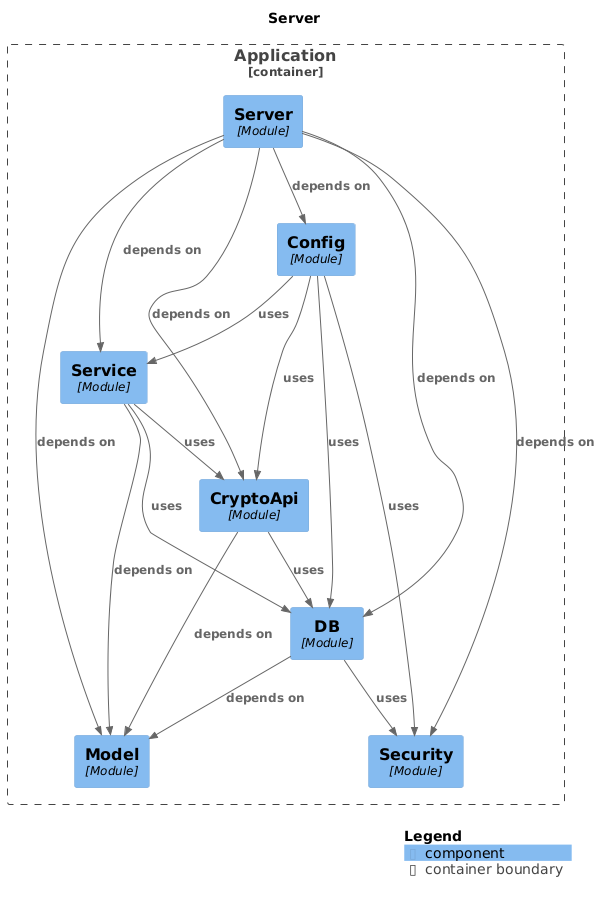
Above: docs/images/diagrams/server_diagram.png in pmlobanov/JavaSpring_CryptoCurrency-Bot (PlantUML), before the change.
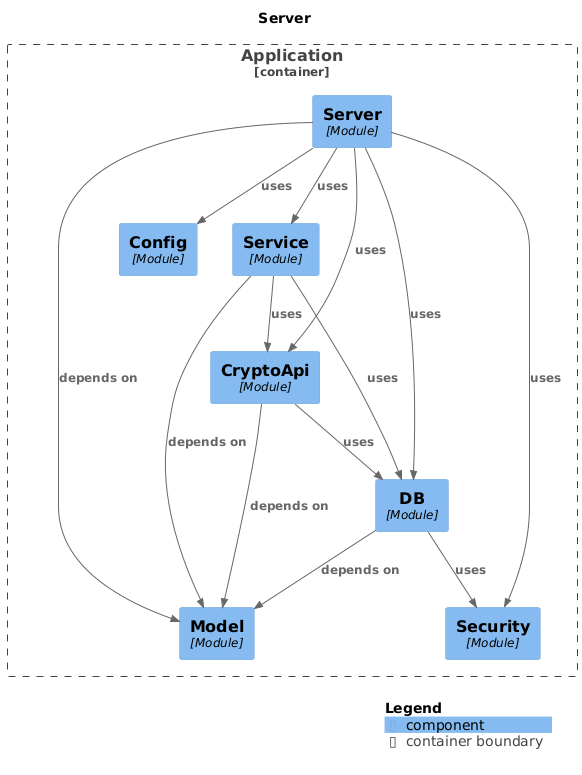
After the commit.

Diff of the diagram source:
```diff
@@ -9,32 +9,28 @@
 !include <C4/C4_Component>
 
 Container_Boundary("Application.Application_boundary", "Application", $tags="") {
-  Component(Application.Application.Service, "Service", $techn="Module", $descr="", $tags="", $link="")
   Component(Application.Application.DB, "DB", $techn="Module", $descr="", $tags="", $link="")
   Component(Application.Application.Config, "Config", $techn="Module", $descr="", $tags="", $link="")
   Component(Application.Application.CryptoApi, "CryptoApi", $techn="Module", $descr="", $tags="", $link="")
   Component(Application.Application.Model, "Model", $techn="Module", $descr="", $tags="", $link="")
   Component(Application.Application.Security, "Security", $techn="Module", $descr="", $tags="", $link="")
   Component(Application.Application.Server, "Server", $techn="Module", $descr="", $tags="", $link="")
+  Component(Application.Application.Service, "Service", $techn="Module", $descr="", $tags="", $link="")
 }
 
+Rel(Application.Application.DB, Application.Application.Model, "depends on", $techn="", $tags="", $link="")
+Rel(Application.Application.DB, Application.Application.Security, "uses", $techn="", $tags="", $link="")
+Rel(Application.Application.Service, Application.Application.Model, "depends on", $techn="", $tags="", $link="")
+Rel(Application.Application.Service, Application.Application.CryptoApi, "uses", $techn="", $tags="", $link="")
+Rel(Application.Application.Service, Application.Application.DB, "uses", $techn="", $tags="", $link="")
 Rel(Application.Application.CryptoApi, Application.Application.Model, "depends on", $techn="", $tags="", $link="")
 Rel(Application.Application.CryptoApi, Application.Application.DB, "uses", $techn="", $tags="", $link="")
-Rel(Application.Application.Service, Application.Application.Model, "depends on", $techn="", $tags="", $link="")
-Rel(Application.Application.Service, Application.Application.DB, "uses", $techn="", $tags="", $link="")
-Rel(Application.Application.Service, Application.Application.CryptoApi, "uses", $techn="", $tags="", $link="")
-Rel(Application.Application.DB, Application.Application.Model, "depends on", $techn="", $tags="", $link="")
-Rel(Application.Application.DB, Application.Application.Security, "uses", $techn="", $tags="", $link="")
-Rel(Application.Application.Server, Application.Application.Config, "depends on", $techn="", $tags="", $link="")
-Rel(Application.Application.Server, Application.Application.DB, "depends on", $techn="", $tags="", $link="")
-Rel(Application.Application.Server, Application.Application.Service, "depends on", $techn="", $tags="", $link="")
-Rel(Application.Application.Server, Application.Application.Security, "depends on", $techn="", $tags="", $link="")
-Rel(Application.Application.Server, Application.Application.CryptoApi, "depends on", $techn="", $tags="", $link="")
 Rel(Application.Application.Server, Application.Application.Model, "depends on", $techn="", $tags="", $link="")
-Rel(Application.Application.Config, Application.Application.Service, "uses", $techn="", $tags="", $link="")
-Rel(Application.Application.Config, Application.Application.Security, "uses", $techn="", $tags="", $link="")
-Rel(Application.Application.Config, Application.Application.DB, "uses", $techn="", $tags="", $link="")
-Rel(Application.Application.Config, Application.Application.CryptoApi, "uses", $techn="", $tags="", $link="")
+Rel(Application.Application.Server, Application.Application.CryptoApi, "uses", $techn="", $tags="", $link="")
+Rel(Application.Application.Server, Application.Application.DB, "uses", $techn="", $tags="", $link="")
+Rel(Application.Application.Server, Application.Application.Config, "uses", $techn="", $tags="", $link="")
+Rel(Application.Application.Server, Application.Application.Security, "uses", $techn="", $tags="", $link="")
+Rel(Application.Application.Server, Application.Application.Service, "uses", $techn="", $tags="", $link="")
 
 SHOW_LEGEND(true)
 @enduml
```
